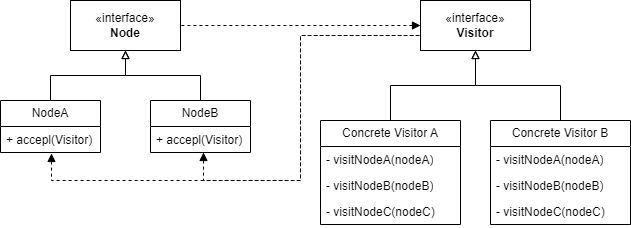
UniquesKernel/CompilerProject keeps this draw.io diagram as ProjectReport/02-Body/Images/VisitorClassDiag.png. Above is the earlier version. Source tidied: cells renumbered, new cells last; positions are measured from the earlier drawing's top-left corner, leaving out a move shared by most shapes.
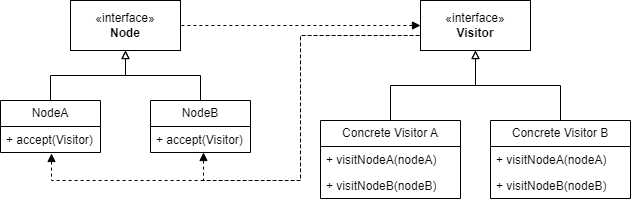
Later version of the same file.

Commit message:
design of visitor

Diff of the diagram source:
```diff
@@ -6,39 +6,33 @@
       <mxGeometry x="420" width="110" height="50" as="geometry" />
     </mxCell>
     <mxCell id="3" value="Concrete Visitor A" style="swimlane;fontStyle=0;horizontal=1;startSize=26;fillColor=none;whiteSpace=wrap;html=1;" parent="1" vertex="1">
-      <mxGeometry x="320" y="120" width="140" height="104" as="geometry" />
+      <mxGeometry x="320" y="120" width="140" height="78" as="geometry" />
     </mxCell>
-    <mxCell id="4" value="- visitNodeA(nodeA)" style="text;strokeColor=none;fillColor=none;align=left;verticalAlign=top;spacingLeft=4;spacingRight=4;overflow=hidden;whiteSpace=wrap;html=1;" parent="3" vertex="1">
+    <mxCell id="4" value="+ visitNodeA(nodeA)" style="text;strokeColor=none;fillColor=none;align=left;verticalAlign=top;spacingLeft=4;spacingRight=4;overflow=hidden;whiteSpace=wrap;html=1;" parent="3" vertex="1">
       <mxGeometry y="26" width="140" height="26" as="geometry" />
     </mxCell>
-    <mxCell id="5" value="- visitNodeB(nodeB)" style="text;strokeColor=none;fillColor=none;align=left;verticalAlign=top;spacingLeft=4;spacingRight=4;overflow=hidden;whiteSpace=wrap;html=1;" parent="3" vertex="1">
+    <mxCell id="5" value="+ visitNodeB(nodeB)" style="text;strokeColor=none;fillColor=none;align=left;verticalAlign=top;spacingLeft=4;spacingRight=4;overflow=hidden;whiteSpace=wrap;html=1;" parent="3" vertex="1">
       <mxGeometry y="52" width="140" height="26" as="geometry" />
     </mxCell>
-    <mxCell id="6" value="- visitNodeC(nodeC)" style="text;strokeColor=none;fillColor=none;align=left;verticalAlign=top;spacingLeft=4;spacingRight=4;overflow=hidden;whiteSpace=wrap;html=1;" parent="3" vertex="1">
-      <mxGeometry y="78" width="140" height="26" as="geometry" />
-    </mxCell>
     <mxCell id="7" value="Concrete Visitor B" style="swimlane;fontStyle=0;horizontal=1;startSize=26;fillColor=none;whiteSpace=wrap;html=1;" parent="1" vertex="1">
-      <mxGeometry x="490" y="120" width="140" height="104" as="geometry" />
+      <mxGeometry x="490" y="120" width="140" height="78" as="geometry" />
     </mxCell>
-    <mxCell id="8" value="- visitNodeA(nodeA)" style="text;strokeColor=none;fillColor=none;align=left;verticalAlign=top;spacingLeft=4;spacingRight=4;overflow=hidden;whiteSpace=wrap;html=1;" parent="7" vertex="1">
+    <mxCell id="8" value="+ visitNodeA(nodeA)" style="text;strokeColor=none;fillColor=none;align=left;verticalAlign=top;spacingLeft=4;spacingRight=4;overflow=hidden;whiteSpace=wrap;html=1;" parent="7" vertex="1">
       <mxGeometry y="26" width="140" height="26" as="geometry" />
     </mxCell>
-    <mxCell id="9" value="- visitNodeB(nodeB)" style="text;strokeColor=none;fillColor=none;align=left;verticalAlign=top;spacingLeft=4;spacingRight=4;overflow=hidden;whiteSpace=wrap;html=1;" parent="7" vertex="1">
+    <mxCell id="9" value="+ visitNodeB(nodeB)" style="text;strokeColor=none;fillColor=none;align=left;verticalAlign=top;spacingLeft=4;spacingRight=4;overflow=hidden;whiteSpace=wrap;html=1;" parent="7" vertex="1">
       <mxGeometry y="52" width="140" height="26" as="geometry" />
     </mxCell>
-    <mxCell id="10" value="- visitNodeC(nodeC)" style="text;strokeColor=none;fillColor=none;align=left;verticalAlign=top;spacingLeft=4;spacingRight=4;overflow=hidden;whiteSpace=wrap;html=1;" parent="7" vertex="1">
-      <mxGeometry y="78" width="140" height="26" as="geometry" />
-    </mxCell>
     <mxCell id="11" value="NodeB" style="swimlane;fontStyle=0;horizontal=1;startSize=26;fillColor=none;whiteSpace=wrap;html=1;" parent="1" vertex="1">
       <mxGeometry x="150" y="100" width="100" height="52" as="geometry" />
     </mxCell>
-    <mxCell id="12" value="+ accepl(Visitor)" style="text;strokeColor=none;fillColor=none;align=left;verticalAlign=top;spacingLeft=4;spacingRight=4;overflow=hidden;points=[[0,0.5],[1,0.5]];portConstraint=eastwest;whiteSpace=wrap;html=1;" parent="11" vertex="1">
+    <mxCell id="12" value="+ accept(Visitor)" style="text;strokeColor=none;fillColor=none;align=left;verticalAlign=top;spacingLeft=4;spacingRight=4;overflow=hidden;points=[[0,0.5],[1,0.5]];portConstraint=eastwest;whiteSpace=wrap;html=1;" parent="11" vertex="1">
       <mxGeometry y="26" width="100" height="26" as="geometry" />
     </mxCell>
     <mxCell id="13" value="NodeA" style="swimlane;fontStyle=0;horizontal=1;startSize=26;fillColor=none;whiteSpace=wrap;html=1;" parent="1" vertex="1">
       <mxGeometry y="100" width="100" height="52" as="geometry" />
     </mxCell>
-    <mxCell id="14" value="+ accepl(Visitor)" style="text;strokeColor=none;fillColor=none;align=left;verticalAlign=top;spacingLeft=4;spacingRight=4;overflow=hidden;points=[[0,0.5],[1,0.5]];portConstraint=eastwest;whiteSpace=wrap;html=1;" parent="13" vertex="1">
+    <mxCell id="14" value="+ accept(Visitor)" style="text;strokeColor=none;fillColor=none;align=left;verticalAlign=top;spacingLeft=4;spacingRight=4;overflow=hidden;points=[[0,0.5],[1,0.5]];portConstraint=eastwest;whiteSpace=wrap;html=1;" parent="13" vertex="1">
       <mxGeometry y="26" width="100" height="26" as="geometry" />
     </mxCell>
     <mxCell id="15" value="«interface»&lt;br&gt;&lt;b&gt;Node&lt;/b&gt;" style="html=1;whiteSpace=wrap;" parent="1" vertex="1">
```
